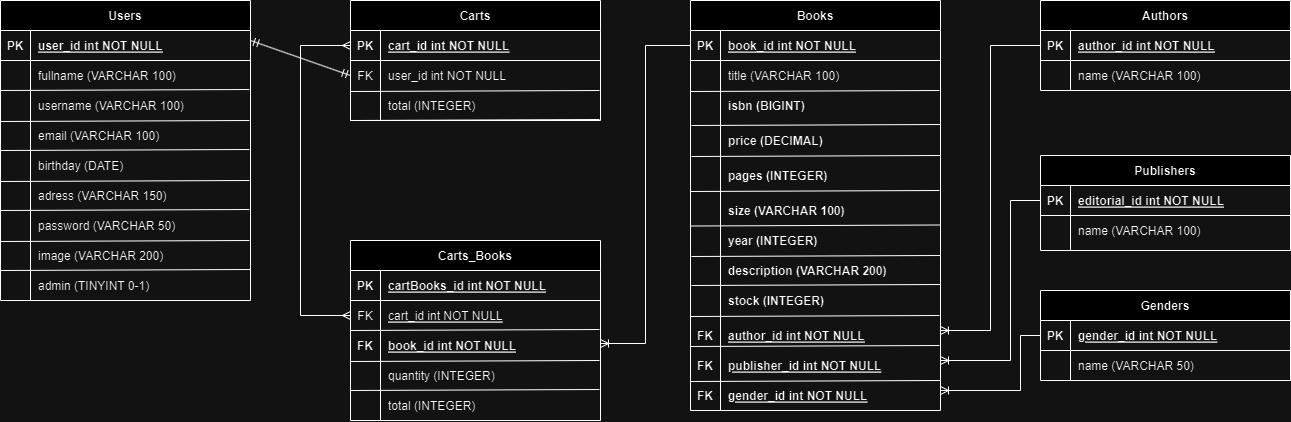
Above: Archivos Extras/Diagrama BD/diagrama BD_kakuy.png in DarioLopezDev/codigokakuy (draw.io), before the change. Source tidied: cells renumbered, new cells last; positions are measured from the earlier drawing's top-left corner, leaving out a move shared by most shapes.
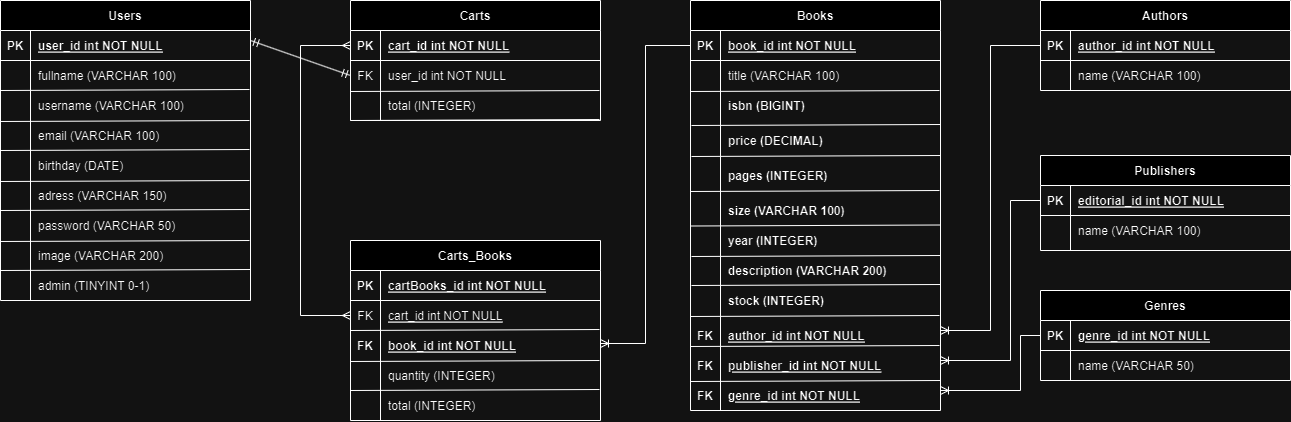
After the commit.

Change to the diagram source:
```diff
@@ -158,7 +158,7 @@
     <mxCell id="53" value="name (VARCHAR 100)" style="shape=partialRectangle;overflow=hidden;fillColor=none;top=0;left=0;bottom=0;right=0;align=left;spacingLeft=6;" parent="51" vertex="1">
       <mxGeometry x="30" width="220" height="30" as="geometry" />
     </mxCell>
-    <mxCell id="54" value="Genders" style="shape=table;startSize=30;rowLines=0;fontStyle=1;align=center;" parent="1" vertex="1">
+    <mxCell id="54" value="Genres" style="shape=table;startSize=30;rowLines=0;fontStyle=1;align=center;" parent="1" vertex="1">
       <mxGeometry x="1040" y="290" width="250" height="90" as="geometry" />
     </mxCell>
     <mxCell id="55" style="shape=partialRectangle;fillColor=none;points=[[0,0.5],[1,0.5]];portConstraint=eastwest;top=0;left=0;right=0;bottom=1;" parent="54" vertex="1">
@@ -167,7 +167,7 @@
     <mxCell id="56" value="PK" style="shape=partialRectangle;overflow=hidden;fillColor=none;top=0;left=0;bottom=0;right=0;fontStyle=1;" parent="55" vertex="1">
       <mxGeometry width="30" height="30" as="geometry" />
     </mxCell>
-    <mxCell id="57" value="gender_id int NOT NULL " style="shape=partialRectangle;overflow=hidden;fillColor=none;top=0;left=0;bottom=0;right=0;align=left;spacingLeft=6;fontStyle=5;" parent="55" vertex="1">
+    <mxCell id="57" value="genre_id int NOT NULL " style="shape=partialRectangle;overflow=hidden;fillColor=none;top=0;left=0;bottom=0;right=0;align=left;spacingLeft=6;fontStyle=5;" parent="55" vertex="1">
       <mxGeometry x="30" width="220" height="30" as="geometry" />
     </mxCell>
     <mxCell id="58" style="shape=partialRectangle;fillColor=none;top=0;left=0;right=0;bottom=0;" parent="54" vertex="1">
@@ -425,7 +425,7 @@
     <mxCell id="101" value="publisher_id int NOT NULL " style="shape=partialRectangle;overflow=hidden;fillColor=none;top=0;left=0;bottom=0;right=0;align=left;spacingLeft=6;fontStyle=5;" parent="1" vertex="1">
       <mxGeometry x="720" y="350" width="220" height="30" as="geometry" />
     </mxCell>
-    <mxCell id="102" value="gender_id int NOT NULL " style="shape=partialRectangle;overflow=hidden;fillColor=none;top=0;left=0;bottom=0;right=0;align=left;spacingLeft=6;fontStyle=5;" parent="1" vertex="1">
+    <mxCell id="102" value="genre_id int NOT NULL " style="shape=partialRectangle;overflow=hidden;fillColor=none;top=0;left=0;bottom=0;right=0;align=left;spacingLeft=6;fontStyle=5;" parent="1" vertex="1">
       <mxGeometry x="720" y="380" width="220" height="30" as="geometry" />
     </mxCell>
     <mxCell id="103" style="endArrow=none;html=1;rounded=0;entryX=0.996;entryY=-0.033;entryDx=0;entryDy=0;entryPerimeter=0;" parent="1" edge="1">
```
